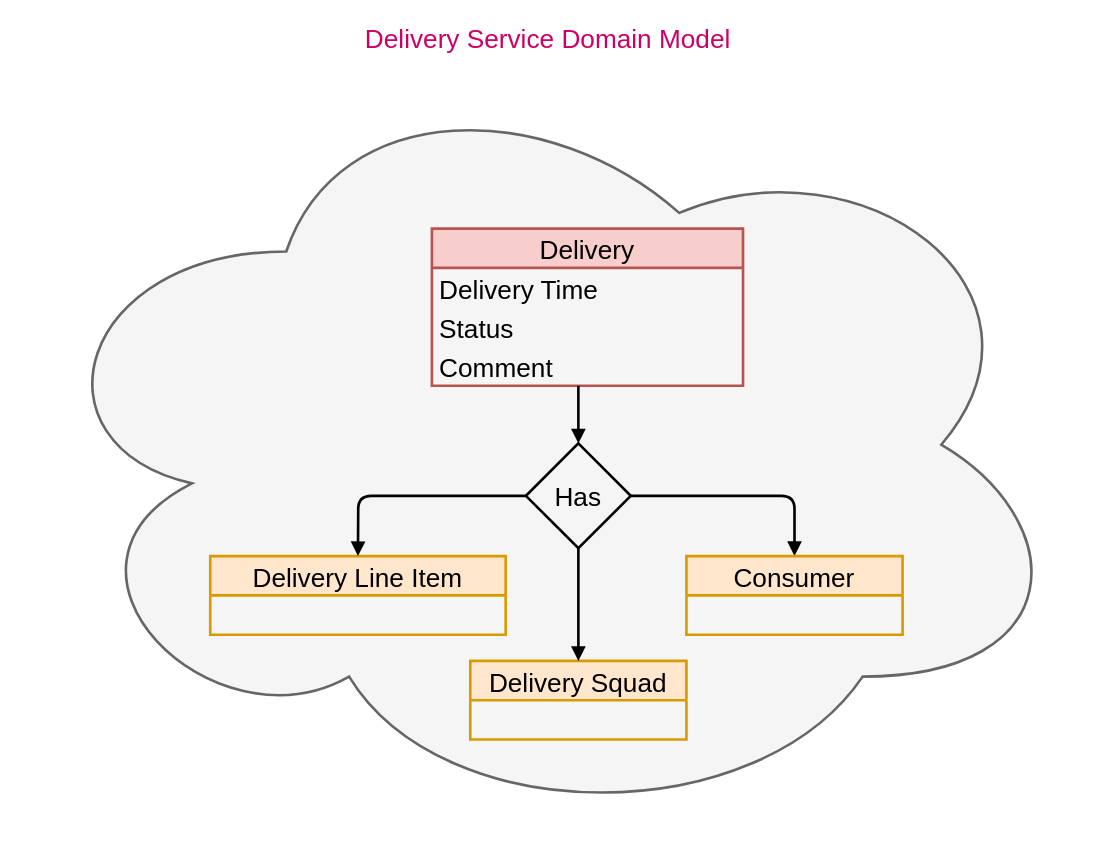
This is docs/diagram/delivery_service_domain_model.drawio from dudhwalas/dudhwala, a draw.io file, before an edit. Source tidied: cells renumbered, new cells numbered last; positions are measured from the earlier drawing's top-left corner, leaving out a move shared by most shapes. Both pictures are drawn from the tidied source at 131%, with x=0, y=0 at pixel (24, 58).
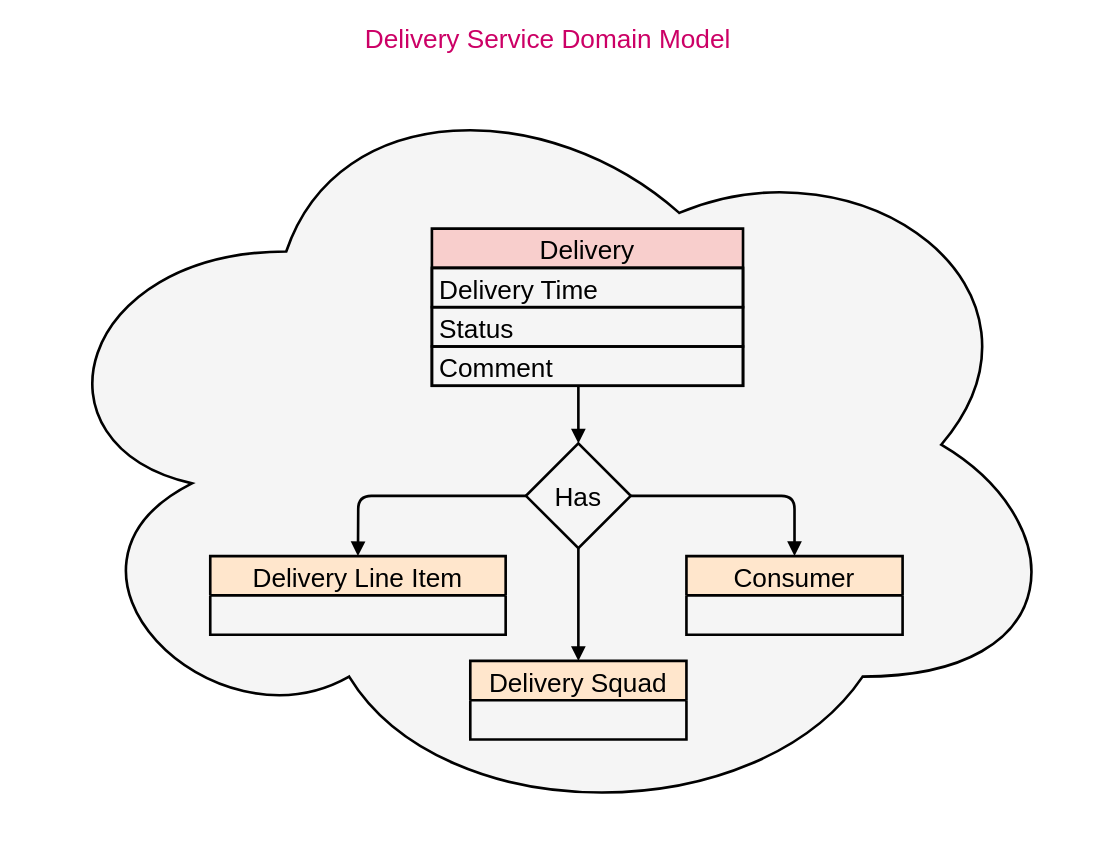
The same diagram, later.

The edit, as a diff of the source:
```diff
@@
 <mxGraphModel>
   <root>
     <mxCell id="0" />
     <mxCell id="1" parent="0" />
-    <mxCell id="2" value="Delivery Service Domain Model" style="ellipse;shape=cloud;whiteSpace=wrap;html=1;fillColor=#f5f5f5;fontColor=#CC0066;strokeColor=#666666;strokeWidth=2;labelPosition=center;verticalLabelPosition=top;align=center;verticalAlign=bottom;fontSize=20;" parent="1" vertex="1">
+    <mxCell id="2" value="Delivery Service Domain Model" style="ellipse;shape=cloud;whiteSpace=wrap;html=1;fillColor=#f5f5f5;fontColor=#CC0066;strokeColor=#000000;strokeWidth=2;labelPosition=center;verticalLabelPosition=top;align=center;verticalAlign=bottom;fontSize=20;" parent="1" vertex="1">
       <mxGeometry width="800" height="590" as="geometry" />
     </mxCell>
-    <mxCell id="3" value="Delivery" style="swimlane;fontStyle=0;horizontal=1;startSize=30;fillColor=#f8cecc;strokeColor=#b85450;fontSize=20;strokeWidth=2;" parent="1" vertex="1">
+    <mxCell id="3" value="Delivery" style="swimlane;fontStyle=0;horizontal=1;startSize=30;fillColor=#f8cecc;strokeColor=#000000;fontSize=20;strokeWidth=2;" parent="1" vertex="1">
       <mxGeometry x="311.2" y="130" width="237.5" height="120" as="geometry" />
     </mxCell>
-    <mxCell id="4" value="Delivery Time" style="text;strokeColor=none;fillColor=none;align=left;verticalAlign=middle;spacingLeft=4;spacingRight=4;overflow=hidden;fontSize=20;strokeWidth=2;" parent="3" vertex="1">
+    <mxCell id="4" value="Delivery Time" style="text;strokeColor=#000000;fillColor=none;align=left;verticalAlign=middle;spacingLeft=4;spacingRight=4;overflow=hidden;fontSize=20;strokeWidth=2;" parent="3" vertex="1">
       <mxGeometry y="30" width="237.5" height="30" as="geometry" />
     </mxCell>
-    <mxCell id="5" value="Status" style="text;strokeColor=none;fillColor=none;align=left;verticalAlign=middle;spacingLeft=4;spacingRight=4;overflow=hidden;fontSize=20;strokeWidth=2;" parent="3" vertex="1">
+    <mxCell id="5" value="Status" style="text;strokeColor=#000000;fillColor=none;align=left;verticalAlign=middle;spacingLeft=4;spacingRight=4;overflow=hidden;fontSize=20;strokeWidth=2;" parent="3" vertex="1">
       <mxGeometry y="60" width="237.5" height="30" as="geometry" />
     </mxCell>
-    <mxCell id="6" value="Comment" style="text;strokeColor=none;fillColor=none;align=left;verticalAlign=middle;spacingLeft=4;spacingRight=4;overflow=hidden;fontSize=20;strokeWidth=2;" parent="3" vertex="1">
+    <mxCell id="6" value="Comment" style="text;strokeColor=#000000;fillColor=none;align=left;verticalAlign=middle;spacingLeft=4;spacingRight=4;overflow=hidden;fontSize=20;strokeWidth=2;" parent="3" vertex="1">
       <mxGeometry y="90" width="237.5" height="30" as="geometry" />
     </mxCell>
-    <mxCell id="7" value="Delivery Line Item" style="swimlane;fontStyle=0;horizontal=1;startSize=30;fillColor=#ffe6cc;strokeColor=#d79b00;fontSize=20;strokeWidth=2;" parent="1" vertex="1">
+    <mxCell id="7" value="Delivery Line Item" style="swimlane;fontStyle=0;horizontal=1;startSize=30;fillColor=#ffe6cc;strokeColor=#000000;fontSize=20;strokeWidth=2;" parent="1" vertex="1">
       <mxGeometry x="142" y="380" width="225.5" height="60" as="geometry" />
     </mxCell>
-    <mxCell id="8" style="edgeStyle=none;html=1;exitX=1;exitY=0.5;exitDx=0;exitDy=0;entryX=0.5;entryY=0;entryDx=0;entryDy=0;endArrow=block;endFill=1;strokeWidth=2;" parent="1" edge="1" source="9" target="12">
+    <mxCell id="8" style="edgeStyle=none;html=1;exitX=1;exitY=0.5;exitDx=0;exitDy=0;entryX=0.5;entryY=0;entryDx=0;entryDy=0;endArrow=block;endFill=1;strokeWidth=2;strokeColor=#000000;" parent="1" edge="1" source="9" target="12">
       <mxGeometry relative="1" as="geometry">
         <Array as="points">
           <mxPoint x="588" y="334" />
         </Array>
       </mxGeometry>
     </mxCell>
-    <mxCell id="9" value="Has" style="rhombus;whiteSpace=wrap;html=1;fontSize=20;fillColor=none;strokeWidth=2;" parent="1" vertex="1">
+    <mxCell id="9" value="Has" style="rhombus;whiteSpace=wrap;html=1;fontSize=20;fillColor=none;strokeWidth=2;strokeColor=#000000;" parent="1" vertex="1">
       <mxGeometry x="383" y="294" width="80" height="80" as="geometry" />
     </mxCell>
-    <mxCell id="10" style="edgeStyle=none;html=1;entryX=0.5;entryY=0;entryDx=0;entryDy=0;fontSize=20;endArrow=block;endFill=1;strokeWidth=2;" parent="1" edge="1" target="9">
+    <mxCell id="10" style="edgeStyle=none;html=1;entryX=0.5;entryY=0;entryDx=0;entryDy=0;fontSize=20;endArrow=block;endFill=1;strokeWidth=2;strokeColor=#000000;" parent="1" edge="1" target="9">
       <mxGeometry relative="1" as="geometry">
         <mxPoint x="423" y="250" as="sourcePoint" />
       </mxGeometry>
     </mxCell>
-    <mxCell id="11" style="edgeStyle=none;html=1;entryX=0.5;entryY=0;entryDx=0;entryDy=0;fontSize=20;endArrow=block;endFill=1;strokeWidth=2;exitX=0;exitY=0.5;exitDx=0;exitDy=0;" parent="1" edge="1" source="9" target="7">
+    <mxCell id="11" style="edgeStyle=none;html=1;entryX=0.5;entryY=0;entryDx=0;entryDy=0;fontSize=20;endArrow=block;endFill=1;strokeWidth=2;exitX=0;exitY=0.5;exitDx=0;exitDy=0;strokeColor=#000000;" parent="1" edge="1" source="9" target="7">
       <mxGeometry relative="1" as="geometry">
         <Array as="points">
           <mxPoint x="255" y="334" />
         </Array>
       </mxGeometry>
     </mxCell>
-    <mxCell id="12" value="Consumer" style="swimlane;fontStyle=0;horizontal=1;startSize=30;fillColor=#ffe6cc;strokeColor=#d79b00;fontSize=20;strokeWidth=2;" parent="1" vertex="1">
+    <mxCell id="12" value="Consumer" style="swimlane;fontStyle=0;horizontal=1;startSize=30;fillColor=#ffe6cc;strokeColor=#000000;fontSize=20;strokeWidth=2;" parent="1" vertex="1">
       <mxGeometry x="505.5" y="380" width="165" height="60" as="geometry" />
     </mxCell>
-    <mxCell id="13" value="Delivery Squad" style="swimlane;fontStyle=0;horizontal=1;startSize=30;fillColor=#ffe6cc;strokeColor=#d79b00;fontSize=20;strokeWidth=2;" parent="1" vertex="1">
+    <mxCell id="13" value="Delivery Squad" style="swimlane;fontStyle=0;horizontal=1;startSize=30;fillColor=#ffe6cc;strokeColor=#000000;fontSize=20;strokeWidth=2;" parent="1" vertex="1">
       <mxGeometry x="340.5" y="460" width="165" height="60" as="geometry" />
     </mxCell>
-    <mxCell id="14" style="edgeStyle=none;html=1;exitX=0.5;exitY=1;exitDx=0;exitDy=0;entryX=0.5;entryY=0;entryDx=0;entryDy=0;endArrow=block;endFill=1;strokeWidth=2;" parent="1" edge="1" source="9" target="13">
+    <mxCell id="14" style="edgeStyle=none;html=1;exitX=0.5;exitY=1;exitDx=0;exitDy=0;entryX=0.5;entryY=0;entryDx=0;entryDy=0;endArrow=block;endFill=1;strokeWidth=2;strokeColor=#000000;" parent="1" edge="1" source="9" target="13">
       <mxGeometry relative="1" as="geometry" />
     </mxCell>
   </root>
 </mxGraphModel>
```
